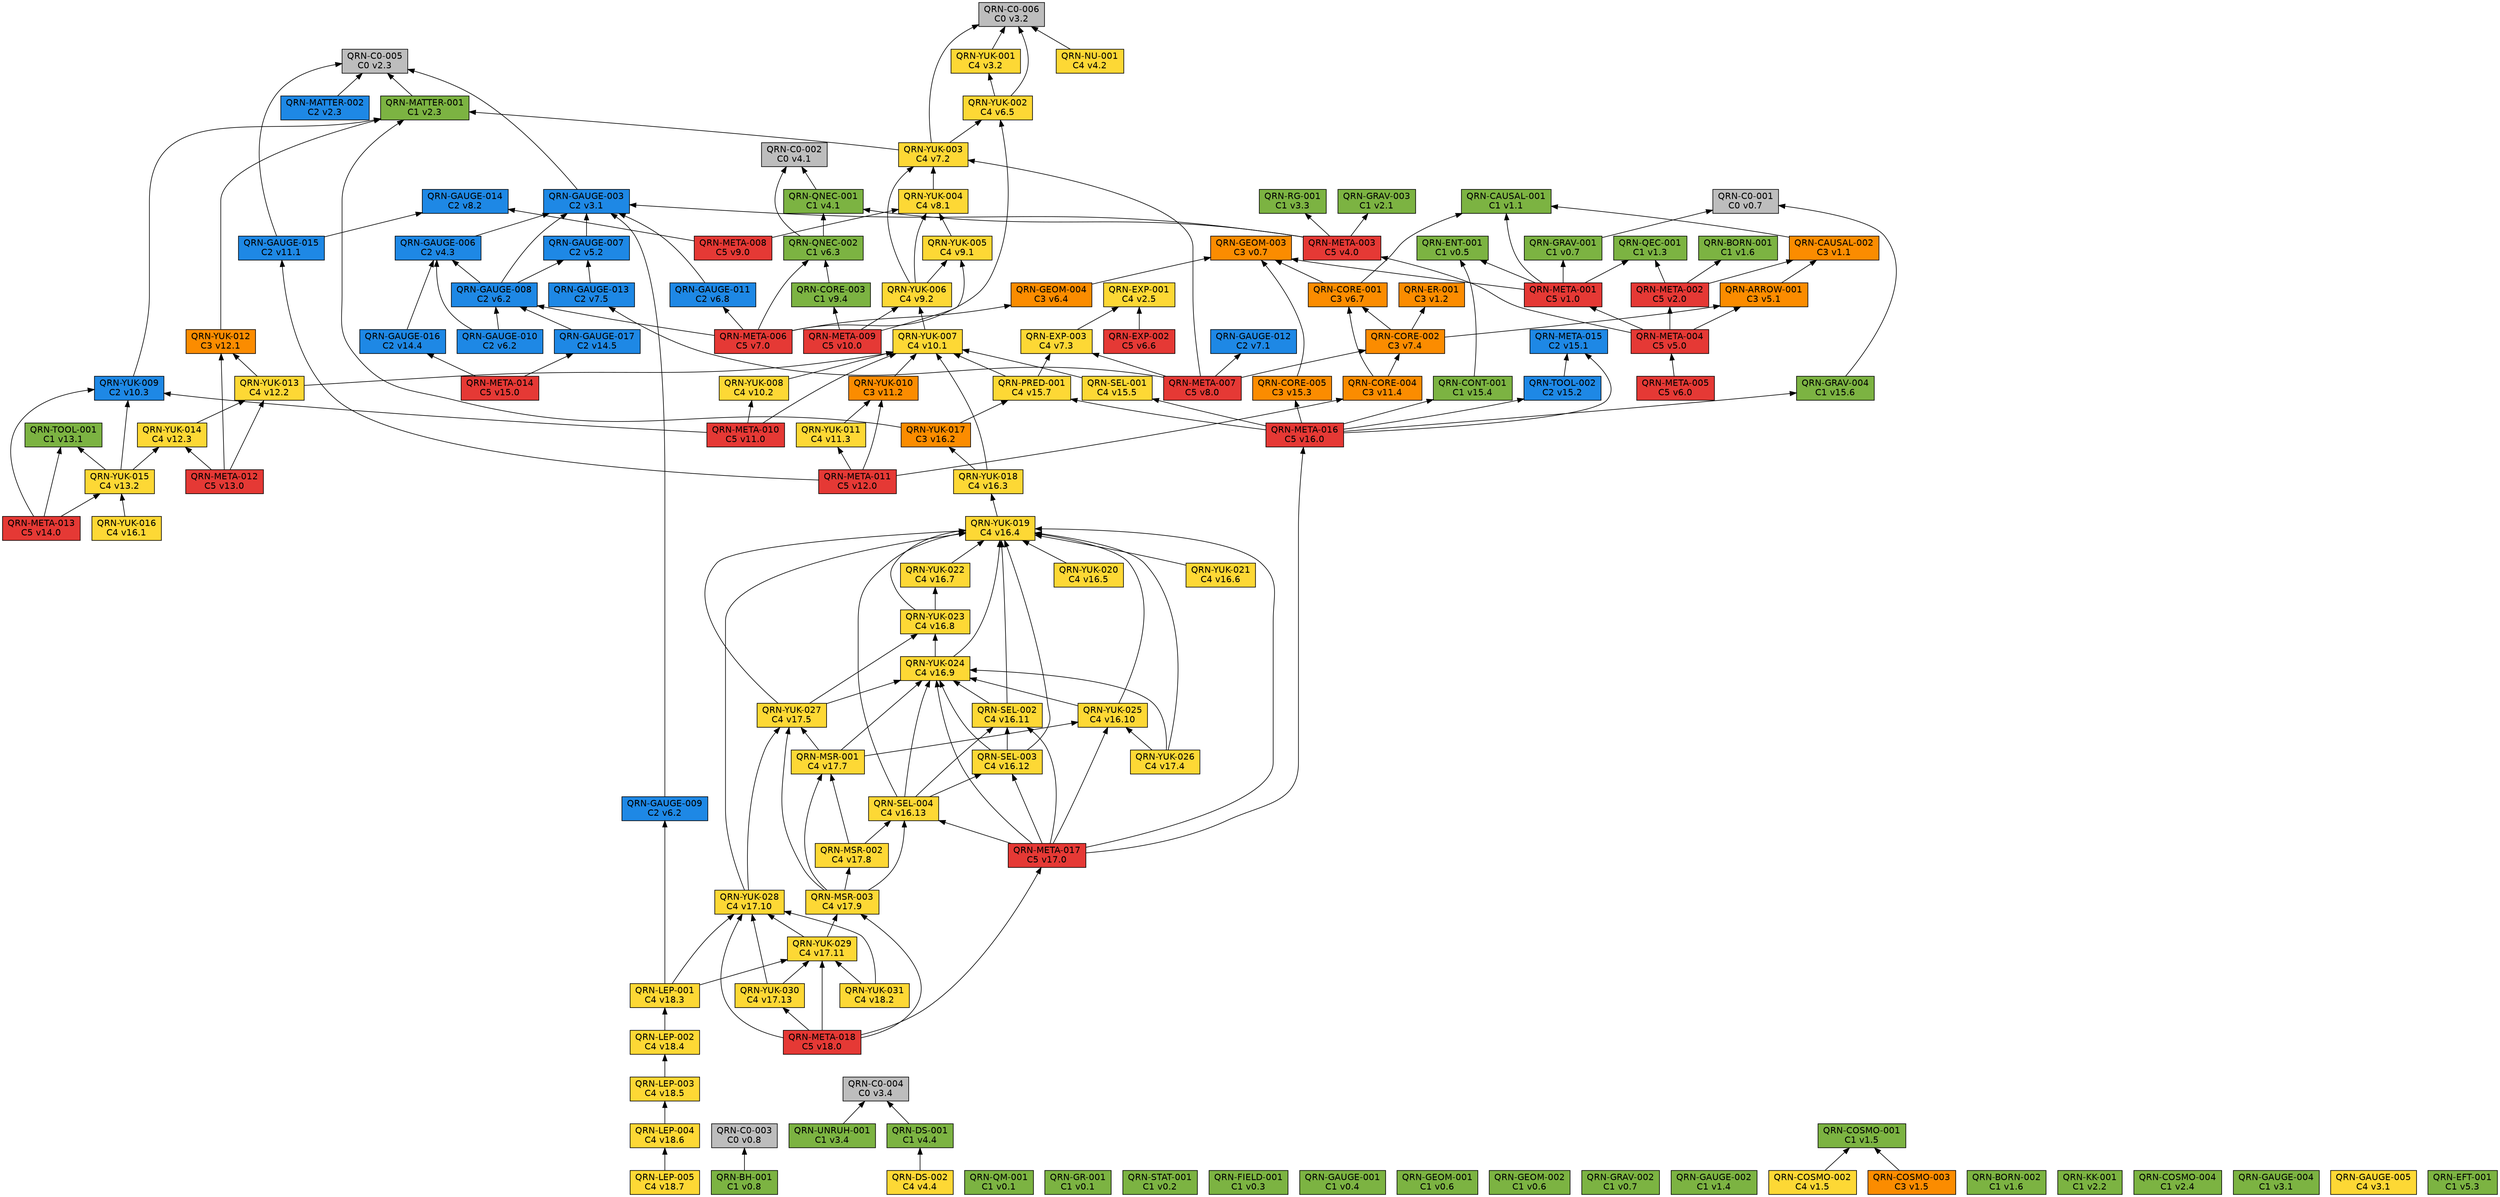
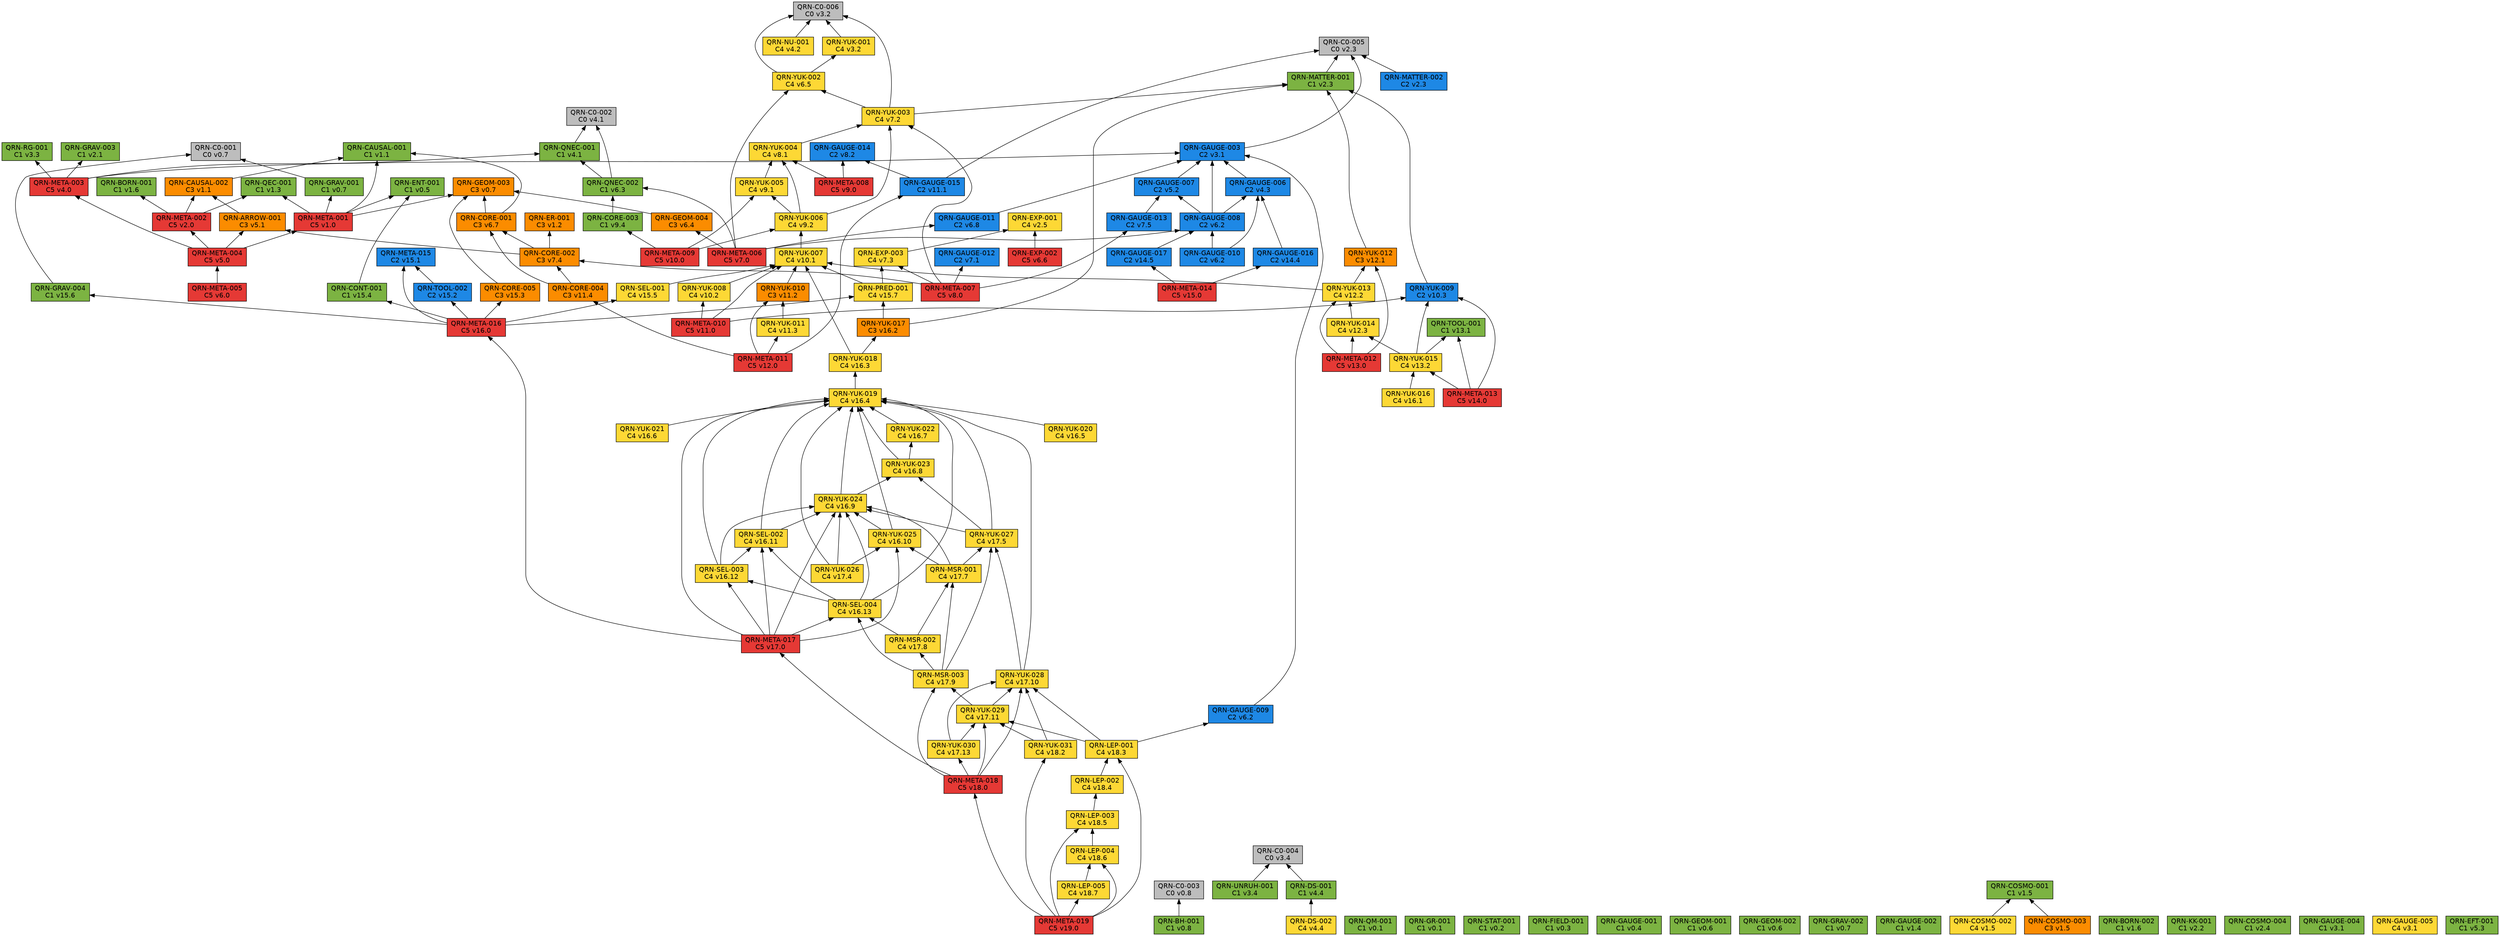
// 自動生成 (dag/report.pl) — QRN 主張依存グラフ
digraph qrn {
  rankdir=BT;
  node [shape=box, style=filled, fontname="Helvetica"];
  "QRN-C0-001" [fillcolor="#bdbdbd", label="QRN-C0-001\nC0 v0.7"];
  "QRN-C0-002" [fillcolor="#bdbdbd", label="QRN-C0-002\nC0 v4.1"];
  "QRN-C0-003" [fillcolor="#bdbdbd", label="QRN-C0-003\nC0 v0.8"];
  "QRN-C0-004" [fillcolor="#bdbdbd", label="QRN-C0-004\nC0 v3.4"];
  "QRN-C0-005" [fillcolor="#bdbdbd", label="QRN-C0-005\nC0 v2.3"];
  "QRN-C0-006" [fillcolor="#bdbdbd", label="QRN-C0-006\nC0 v3.2"];
  "QRN-QM-001" [fillcolor="#7cb342", label="QRN-QM-001\nC1 v0.1"];
  "QRN-GR-001" [fillcolor="#7cb342", label="QRN-GR-001\nC1 v0.1"];
  "QRN-STAT-001" [fillcolor="#7cb342", label="QRN-STAT-001\nC1 v0.2"];
  "QRN-FIELD-001" [fillcolor="#7cb342", label="QRN-FIELD-001\nC1 v0.3"];
  "QRN-GAUGE-001" [fillcolor="#7cb342", label="QRN-GAUGE-001\nC1 v0.4"];
  "QRN-ENT-001" [fillcolor="#7cb342", label="QRN-ENT-001\nC1 v0.5"];
  "QRN-GEOM-001" [fillcolor="#7cb342", label="QRN-GEOM-001\nC1 v0.6"];
  "QRN-GEOM-002" [fillcolor="#7cb342", label="QRN-GEOM-002\nC1 v0.6"];
  "QRN-GEOM-003" [fillcolor="#fb8c00", label="QRN-GEOM-003\nC3 v0.7"];
  "QRN-GRAV-001" [fillcolor="#7cb342", label="QRN-GRAV-001\nC1 v0.7"];
  "QRN-GRAV-002" [fillcolor="#7cb342", label="QRN-GRAV-002\nC1 v0.7"];
  "QRN-BH-001" [fillcolor="#7cb342", label="QRN-BH-001\nC1 v0.8"];
  "QRN-CAUSAL-001" [fillcolor="#7cb342", label="QRN-CAUSAL-001\nC1 v1.1"];
  "QRN-CAUSAL-002" [fillcolor="#fb8c00", label="QRN-CAUSAL-002\nC3 v1.1"];
  "QRN-ER-001" [fillcolor="#fb8c00", label="QRN-ER-001\nC3 v1.2"];
  "QRN-QEC-001" [fillcolor="#7cb342", label="QRN-QEC-001\nC1 v1.3"];
  "QRN-GAUGE-002" [fillcolor="#7cb342", label="QRN-GAUGE-002\nC1 v1.4"];
  "QRN-COSMO-001" [fillcolor="#7cb342", label="QRN-COSMO-001\nC1 v1.5"];
  "QRN-COSMO-002" [fillcolor="#fdd835", label="QRN-COSMO-002\nC4 v1.5"];
  "QRN-COSMO-003" [fillcolor="#fb8c00", label="QRN-COSMO-003\nC3 v1.5"];
  "QRN-BORN-001" [fillcolor="#7cb342", label="QRN-BORN-001\nC1 v1.6"];
  "QRN-BORN-002" [fillcolor="#7cb342", label="QRN-BORN-002\nC1 v1.6"];
  "QRN-GRAV-003" [fillcolor="#7cb342", label="QRN-GRAV-003\nC1 v2.1"];
  "QRN-KK-001" [fillcolor="#7cb342", label="QRN-KK-001\nC1 v2.2"];
  "QRN-MATTER-001" [fillcolor="#7cb342", label="QRN-MATTER-001\nC1 v2.3"];
  "QRN-MATTER-002" [fillcolor="#1e88e5", label="QRN-MATTER-002\nC2 v2.3"];
  "QRN-COSMO-004" [fillcolor="#7cb342", label="QRN-COSMO-004\nC1 v2.4"];
  "QRN-EXP-001" [fillcolor="#fdd835", label="QRN-EXP-001\nC4 v2.5"];
  "QRN-GAUGE-003" [fillcolor="#1e88e5", label="QRN-GAUGE-003\nC2 v3.1"];
  "QRN-GAUGE-004" [fillcolor="#7cb342", label="QRN-GAUGE-004\nC1 v3.1"];
  "QRN-GAUGE-005" [fillcolor="#fdd835", label="QRN-GAUGE-005\nC4 v3.1"];
  "QRN-YUK-001" [fillcolor="#fdd835", label="QRN-YUK-001\nC4 v3.2"];
  "QRN-RG-001" [fillcolor="#7cb342", label="QRN-RG-001\nC1 v3.3"];
  "QRN-UNRUH-001" [fillcolor="#7cb342", label="QRN-UNRUH-001\nC1 v3.4"];
  "QRN-QNEC-001" [fillcolor="#7cb342", label="QRN-QNEC-001\nC1 v4.1"];
  "QRN-NU-001" [fillcolor="#fdd835", label="QRN-NU-001\nC4 v4.2"];
  "QRN-GAUGE-006" [fillcolor="#1e88e5", label="QRN-GAUGE-006\nC2 v4.3"];
  "QRN-DS-001" [fillcolor="#7cb342", label="QRN-DS-001\nC1 v4.4"];
  "QRN-DS-002" [fillcolor="#fdd835", label="QRN-DS-002\nC4 v4.4"];
  "QRN-ARROW-001" [fillcolor="#fb8c00", label="QRN-ARROW-001\nC3 v5.1"];
  "QRN-GAUGE-007" [fillcolor="#1e88e5", label="QRN-GAUGE-007\nC2 v5.2"];
  "QRN-EFT-001" [fillcolor="#7cb342", label="QRN-EFT-001\nC1 v5.3"];
  "QRN-GAUGE-008" [fillcolor="#1e88e5", label="QRN-GAUGE-008\nC2 v6.2"];
  "QRN-GAUGE-009" [fillcolor="#1e88e5", label="QRN-GAUGE-009\nC2 v6.2"];
  "QRN-GAUGE-010" [fillcolor="#1e88e5", label="QRN-GAUGE-010\nC2 v6.2"];
  "QRN-QNEC-002" [fillcolor="#7cb342", label="QRN-QNEC-002\nC1 v6.3"];
  "QRN-GEOM-004" [fillcolor="#fb8c00", label="QRN-GEOM-004\nC3 v6.4"];
  "QRN-YUK-002" [fillcolor="#fdd835", label="QRN-YUK-002\nC4 v6.5"];
  "QRN-EXP-002" [fillcolor="#e53935", label="QRN-EXP-002\nC5 v6.6"];
  "QRN-CORE-001" [fillcolor="#fb8c00", label="QRN-CORE-001\nC3 v6.7"];
  "QRN-GAUGE-011" [fillcolor="#1e88e5", label="QRN-GAUGE-011\nC2 v6.8"];
  "QRN-GAUGE-012" [fillcolor="#1e88e5", label="QRN-GAUGE-012\nC2 v7.1"];
  "QRN-YUK-003" [fillcolor="#fdd835", label="QRN-YUK-003\nC4 v7.2"];
  "QRN-EXP-003" [fillcolor="#fdd835", label="QRN-EXP-003\nC4 v7.3"];
  "QRN-CORE-002" [fillcolor="#fb8c00", label="QRN-CORE-002\nC3 v7.4"];
  "QRN-GAUGE-013" [fillcolor="#1e88e5", label="QRN-GAUGE-013\nC2 v7.5"];
  "QRN-YUK-004" [fillcolor="#fdd835", label="QRN-YUK-004\nC4 v8.1"];
  "QRN-GAUGE-014" [fillcolor="#1e88e5", label="QRN-GAUGE-014\nC2 v8.2"];
  "QRN-META-001" [fillcolor="#e53935", label="QRN-META-001\nC5 v1.0"];
  "QRN-META-002" [fillcolor="#e53935", label="QRN-META-002\nC5 v2.0"];
  "QRN-META-003" [fillcolor="#e53935", label="QRN-META-003\nC5 v4.0"];
  "QRN-META-004" [fillcolor="#e53935", label="QRN-META-004\nC5 v5.0"];
  "QRN-META-005" [fillcolor="#e53935", label="QRN-META-005\nC5 v6.0"];
  "QRN-META-006" [fillcolor="#e53935", label="QRN-META-006\nC5 v7.0"];
  "QRN-META-007" [fillcolor="#e53935", label="QRN-META-007\nC5 v8.0"];
  "QRN-META-008" [fillcolor="#e53935", label="QRN-META-008\nC5 v9.0"];
  "QRN-YUK-005" [fillcolor="#fdd835", label="QRN-YUK-005\nC4 v9.1"];
  "QRN-YUK-006" [fillcolor="#fdd835", label="QRN-YUK-006\nC4 v9.2"];
  "QRN-CORE-003" [fillcolor="#7cb342", label="QRN-CORE-003\nC1 v9.4"];
  "QRN-META-009" [fillcolor="#e53935", label="QRN-META-009\nC5 v10.0"];
  "QRN-YUK-007" [fillcolor="#fdd835", label="QRN-YUK-007\nC4 v10.1"];
  "QRN-YUK-008" [fillcolor="#fdd835", label="QRN-YUK-008\nC4 v10.2"];
  "QRN-YUK-009" [fillcolor="#1e88e5", label="QRN-YUK-009\nC2 v10.3"];
  "QRN-META-010" [fillcolor="#e53935", label="QRN-META-010\nC5 v11.0"];
  "QRN-GAUGE-015" [fillcolor="#1e88e5", label="QRN-GAUGE-015\nC2 v11.1"];
  "QRN-YUK-010" [fillcolor="#fb8c00", label="QRN-YUK-010\nC3 v11.2"];
  "QRN-YUK-011" [fillcolor="#fdd835", label="QRN-YUK-011\nC4 v11.3"];
  "QRN-CORE-004" [fillcolor="#fb8c00", label="QRN-CORE-004\nC3 v11.4"];
  "QRN-META-011" [fillcolor="#e53935", label="QRN-META-011\nC5 v12.0"];
  "QRN-YUK-012" [fillcolor="#fb8c00", label="QRN-YUK-012\nC3 v12.1"];
  "QRN-YUK-013" [fillcolor="#fdd835", label="QRN-YUK-013\nC4 v12.2"];
  "QRN-YUK-014" [fillcolor="#fdd835", label="QRN-YUK-014\nC4 v12.3"];
  "QRN-META-012" [fillcolor="#e53935", label="QRN-META-012\nC5 v13.0"];
  "QRN-TOOL-001" [fillcolor="#7cb342", label="QRN-TOOL-001\nC1 v13.1"];
  "QRN-YUK-015" [fillcolor="#fdd835", label="QRN-YUK-015\nC4 v13.2"];
  "QRN-META-013" [fillcolor="#e53935", label="QRN-META-013\nC5 v14.0"];
  "QRN-GAUGE-016" [fillcolor="#1e88e5", label="QRN-GAUGE-016\nC2 v14.4"];
  "QRN-GAUGE-017" [fillcolor="#1e88e5", label="QRN-GAUGE-017\nC2 v14.5"];
  "QRN-META-014" [fillcolor="#e53935", label="QRN-META-014\nC5 v15.0"];
  "QRN-META-015" [fillcolor="#1e88e5", label="QRN-META-015\nC2 v15.1"];
  "QRN-TOOL-002" [fillcolor="#1e88e5", label="QRN-TOOL-002\nC2 v15.2"];
  "QRN-CORE-005" [fillcolor="#fb8c00", label="QRN-CORE-005\nC3 v15.3"];
  "QRN-CONT-001" [fillcolor="#7cb342", label="QRN-CONT-001\nC1 v15.4"];
  "QRN-SEL-001" [fillcolor="#fdd835", label="QRN-SEL-001\nC4 v15.5"];
  "QRN-GRAV-004" [fillcolor="#7cb342", label="QRN-GRAV-004\nC1 v15.6"];
  "QRN-PRED-001" [fillcolor="#fdd835", label="QRN-PRED-001\nC4 v15.7"];
  "QRN-META-016" [fillcolor="#e53935", label="QRN-META-016\nC5 v16.0"];
  "QRN-YUK-016" [fillcolor="#fdd835", label="QRN-YUK-016\nC4 v16.1"];
  "QRN-YUK-017" [fillcolor="#fb8c00", label="QRN-YUK-017\nC3 v16.2"];
  "QRN-YUK-018" [fillcolor="#fdd835", label="QRN-YUK-018\nC4 v16.3"];
  "QRN-YUK-019" [fillcolor="#fdd835", label="QRN-YUK-019\nC4 v16.4"];
  "QRN-YUK-020" [fillcolor="#fdd835", label="QRN-YUK-020\nC4 v16.5"];
  "QRN-YUK-021" [fillcolor="#fdd835", label="QRN-YUK-021\nC4 v16.6"];
  "QRN-YUK-022" [fillcolor="#fdd835", label="QRN-YUK-022\nC4 v16.7"];
  "QRN-YUK-023" [fillcolor="#fdd835", label="QRN-YUK-023\nC4 v16.8"];
  "QRN-YUK-024" [fillcolor="#fdd835", label="QRN-YUK-024\nC4 v16.9"];
  "QRN-YUK-025" [fillcolor="#fdd835", label="QRN-YUK-025\nC4 v16.10"];
  "QRN-SEL-002" [fillcolor="#fdd835", label="QRN-SEL-002\nC4 v16.11"];
  "QRN-SEL-003" [fillcolor="#fdd835", label="QRN-SEL-003\nC4 v16.12"];
  "QRN-SEL-004" [fillcolor="#fdd835", label="QRN-SEL-004\nC4 v16.13"];
  "QRN-META-017" [fillcolor="#e53935", label="QRN-META-017\nC5 v17.0"];
  "QRN-YUK-026" [fillcolor="#fdd835", label="QRN-YUK-026\nC4 v17.4"];
  "QRN-YUK-027" [fillcolor="#fdd835", label="QRN-YUK-027\nC4 v17.5"];
  "QRN-MSR-001" [fillcolor="#fdd835", label="QRN-MSR-001\nC4 v17.7"];
  "QRN-MSR-002" [fillcolor="#fdd835", label="QRN-MSR-002\nC4 v17.8"];
  "QRN-MSR-003" [fillcolor="#fdd835", label="QRN-MSR-003\nC4 v17.9"];
  "QRN-YUK-028" [fillcolor="#fdd835", label="QRN-YUK-028\nC4 v17.10"];
  "QRN-YUK-029" [fillcolor="#fdd835", label="QRN-YUK-029\nC4 v17.11"];
  "QRN-YUK-030" [fillcolor="#fdd835", label="QRN-YUK-030\nC4 v17.13"];
  "QRN-META-018" [fillcolor="#e53935", label="QRN-META-018\nC5 v18.0"];
  "QRN-YUK-031" [fillcolor="#fdd835", label="QRN-YUK-031\nC4 v18.2"];
  "QRN-LEP-001" [fillcolor="#fdd835", label="QRN-LEP-001\nC4 v18.3"];
  "QRN-LEP-002" [fillcolor="#fdd835", label="QRN-LEP-002\nC4 v18.4"];
  "QRN-LEP-003" [fillcolor="#fdd835", label="QRN-LEP-003\nC4 v18.5"];
  "QRN-LEP-004" [fillcolor="#fdd835", label="QRN-LEP-004\nC4 v18.6"];
  "QRN-LEP-005" [fillcolor="#fdd835", label="QRN-LEP-005\nC4 v18.7"];
+   "QRN-META-019" [fillcolor="#e53935", label="QRN-META-019\nC5 v19.0"];
  "QRN-GRAV-001" -> "QRN-C0-001";
  "QRN-BH-001" -> "QRN-C0-003";
  "QRN-CAUSAL-002" -> "QRN-CAUSAL-001";
  "QRN-COSMO-002" -> "QRN-COSMO-001";
  "QRN-COSMO-003" -> "QRN-COSMO-001";
  "QRN-MATTER-001" -> "QRN-C0-005";
  "QRN-MATTER-002" -> "QRN-C0-005";
  "QRN-GAUGE-003" -> "QRN-C0-005";
  "QRN-YUK-001" -> "QRN-C0-006";
  "QRN-UNRUH-001" -> "QRN-C0-004";
  "QRN-QNEC-001" -> "QRN-C0-002";
  "QRN-NU-001" -> "QRN-C0-006";
  "QRN-GAUGE-006" -> "QRN-GAUGE-003";
  "QRN-DS-001" -> "QRN-C0-004";
  "QRN-DS-002" -> "QRN-DS-001";
  "QRN-ARROW-001" -> "QRN-CAUSAL-002";
  "QRN-GAUGE-007" -> "QRN-GAUGE-003";
  "QRN-GAUGE-008" -> "QRN-GAUGE-003";
  "QRN-GAUGE-008" -> "QRN-GAUGE-006";
  "QRN-GAUGE-008" -> "QRN-GAUGE-007";
  "QRN-GAUGE-009" -> "QRN-GAUGE-003";
  "QRN-GAUGE-010" -> "QRN-GAUGE-006";
  "QRN-GAUGE-010" -> "QRN-GAUGE-008";
  "QRN-QNEC-002" -> "QRN-C0-002";
  "QRN-QNEC-002" -> "QRN-QNEC-001";
  "QRN-GEOM-004" -> "QRN-GEOM-003";
  "QRN-YUK-002" -> "QRN-C0-006";
  "QRN-YUK-002" -> "QRN-YUK-001";
  "QRN-EXP-002" -> "QRN-EXP-001";
  "QRN-CORE-001" -> "QRN-GEOM-003";
  "QRN-CORE-001" -> "QRN-CAUSAL-001";
  "QRN-GAUGE-011" -> "QRN-GAUGE-003";
  "QRN-YUK-003" -> "QRN-C0-006";
  "QRN-YUK-003" -> "QRN-MATTER-001";
  "QRN-YUK-003" -> "QRN-YUK-002";
  "QRN-EXP-003" -> "QRN-EXP-001";
  "QRN-CORE-002" -> "QRN-CORE-001";
  "QRN-CORE-002" -> "QRN-ER-001";
  "QRN-CORE-002" -> "QRN-ARROW-001";
  "QRN-GAUGE-013" -> "QRN-GAUGE-007";
  "QRN-YUK-004" -> "QRN-YUK-003";
  "QRN-META-001" -> "QRN-GEOM-003";
  "QRN-META-001" -> "QRN-GRAV-001";
  "QRN-META-001" -> "QRN-CAUSAL-001";
  "QRN-META-001" -> "QRN-QEC-001";
  "QRN-META-001" -> "QRN-ENT-001";
  "QRN-META-002" -> "QRN-QEC-001";
  "QRN-META-002" -> "QRN-BORN-001";
  "QRN-META-002" -> "QRN-CAUSAL-002";
  "QRN-META-003" -> "QRN-GAUGE-003";
  "QRN-META-003" -> "QRN-RG-001";
  "QRN-META-003" -> "QRN-QNEC-001";
  "QRN-META-003" -> "QRN-GRAV-003";
  "QRN-META-004" -> "QRN-META-001";
  "QRN-META-004" -> "QRN-META-002";
  "QRN-META-004" -> "QRN-META-003";
  "QRN-META-004" -> "QRN-ARROW-001";
  "QRN-META-005" -> "QRN-META-004";
  "QRN-META-006" -> "QRN-GAUGE-008";
  "QRN-META-006" -> "QRN-QNEC-002";
  "QRN-META-006" -> "QRN-GEOM-004";
  "QRN-META-006" -> "QRN-YUK-002";
  "QRN-META-006" -> "QRN-GAUGE-011";
  "QRN-META-007" -> "QRN-GAUGE-012";
  "QRN-META-007" -> "QRN-YUK-003";
  "QRN-META-007" -> "QRN-EXP-003";
  "QRN-META-007" -> "QRN-CORE-002";
  "QRN-META-007" -> "QRN-GAUGE-013";
  "QRN-META-008" -> "QRN-YUK-004";
  "QRN-META-008" -> "QRN-GAUGE-014";
  "QRN-YUK-005" -> "QRN-YUK-004";
  "QRN-YUK-006" -> "QRN-YUK-003";
  "QRN-YUK-006" -> "QRN-YUK-004";
  "QRN-YUK-006" -> "QRN-YUK-005";
  "QRN-CORE-003" -> "QRN-QNEC-002";
  "QRN-META-009" -> "QRN-YUK-005";
  "QRN-META-009" -> "QRN-YUK-006";
  "QRN-META-009" -> "QRN-CORE-003";
  "QRN-YUK-007" -> "QRN-YUK-006";
  "QRN-YUK-008" -> "QRN-YUK-007";
  "QRN-YUK-009" -> "QRN-MATTER-001";
  "QRN-META-010" -> "QRN-YUK-007";
  "QRN-META-010" -> "QRN-YUK-008";
  "QRN-META-010" -> "QRN-YUK-009";
  "QRN-GAUGE-015" -> "QRN-C0-005";
  "QRN-GAUGE-015" -> "QRN-GAUGE-014";
  "QRN-YUK-010" -> "QRN-YUK-007";
  "QRN-YUK-011" -> "QRN-YUK-010";
  "QRN-CORE-004" -> "QRN-CORE-001";
  "QRN-CORE-004" -> "QRN-CORE-002";
  "QRN-META-011" -> "QRN-GAUGE-015";
  "QRN-META-011" -> "QRN-YUK-010";
  "QRN-META-011" -> "QRN-YUK-011";
  "QRN-META-011" -> "QRN-CORE-004";
  "QRN-YUK-012" -> "QRN-MATTER-001";
  "QRN-YUK-013" -> "QRN-YUK-012";
  "QRN-YUK-013" -> "QRN-YUK-007";
  "QRN-YUK-014" -> "QRN-YUK-013";
  "QRN-META-012" -> "QRN-YUK-012";
  "QRN-META-012" -> "QRN-YUK-013";
  "QRN-META-012" -> "QRN-YUK-014";
  "QRN-YUK-015" -> "QRN-YUK-014";
  "QRN-YUK-015" -> "QRN-TOOL-001";
  "QRN-YUK-015" -> "QRN-YUK-009";
  "QRN-META-013" -> "QRN-YUK-015";
  "QRN-META-013" -> "QRN-TOOL-001";
  "QRN-META-013" -> "QRN-YUK-009";
  "QRN-GAUGE-016" -> "QRN-GAUGE-006";
  "QRN-GAUGE-017" -> "QRN-GAUGE-008";
  "QRN-META-014" -> "QRN-GAUGE-016";
  "QRN-META-014" -> "QRN-GAUGE-017";
  "QRN-TOOL-002" -> "QRN-META-015";
  "QRN-CORE-005" -> "QRN-GEOM-003";
  "QRN-CONT-001" -> "QRN-ENT-001";
  "QRN-SEL-001" -> "QRN-YUK-007";
  "QRN-GRAV-004" -> "QRN-C0-001";
  "QRN-PRED-001" -> "QRN-YUK-007";
  "QRN-PRED-001" -> "QRN-EXP-003";
  "QRN-META-016" -> "QRN-META-015";
  "QRN-META-016" -> "QRN-TOOL-002";
  "QRN-META-016" -> "QRN-CORE-005";
  "QRN-META-016" -> "QRN-CONT-001";
  "QRN-META-016" -> "QRN-SEL-001";
  "QRN-META-016" -> "QRN-GRAV-004";
  "QRN-META-016" -> "QRN-PRED-001";
  "QRN-YUK-016" -> "QRN-YUK-015";
  "QRN-YUK-017" -> "QRN-MATTER-001";
  "QRN-YUK-017" -> "QRN-PRED-001";
  "QRN-YUK-018" -> "QRN-YUK-017";
  "QRN-YUK-018" -> "QRN-YUK-007";
  "QRN-YUK-019" -> "QRN-YUK-018";
  "QRN-YUK-020" -> "QRN-YUK-019";
  "QRN-YUK-021" -> "QRN-YUK-019";
  "QRN-YUK-022" -> "QRN-YUK-019";
  "QRN-YUK-023" -> "QRN-YUK-019";
  "QRN-YUK-023" -> "QRN-YUK-022";
  "QRN-YUK-024" -> "QRN-YUK-019";
  "QRN-YUK-024" -> "QRN-YUK-023";
  "QRN-YUK-025" -> "QRN-YUK-019";
  "QRN-YUK-025" -> "QRN-YUK-024";
  "QRN-SEL-002" -> "QRN-YUK-019";
  "QRN-SEL-002" -> "QRN-YUK-024";
  "QRN-SEL-003" -> "QRN-YUK-019";
  "QRN-SEL-003" -> "QRN-YUK-024";
  "QRN-SEL-003" -> "QRN-SEL-002";
  "QRN-SEL-004" -> "QRN-YUK-019";
  "QRN-SEL-004" -> "QRN-YUK-024";
  "QRN-SEL-004" -> "QRN-SEL-002";
  "QRN-SEL-004" -> "QRN-SEL-003";
  "QRN-META-017" -> "QRN-META-016";
  "QRN-META-017" -> "QRN-YUK-019";
  "QRN-META-017" -> "QRN-YUK-024";
  "QRN-META-017" -> "QRN-YUK-025";
  "QRN-META-017" -> "QRN-SEL-002";
  "QRN-META-017" -> "QRN-SEL-003";
  "QRN-META-017" -> "QRN-SEL-004";
  "QRN-YUK-026" -> "QRN-YUK-019";
  "QRN-YUK-026" -> "QRN-YUK-024";
  "QRN-YUK-026" -> "QRN-YUK-025";
  "QRN-YUK-027" -> "QRN-YUK-019";
  "QRN-YUK-027" -> "QRN-YUK-023";
  "QRN-YUK-027" -> "QRN-YUK-024";
  "QRN-MSR-001" -> "QRN-YUK-024";
  "QRN-MSR-001" -> "QRN-YUK-025";
  "QRN-MSR-001" -> "QRN-YUK-027";
  "QRN-MSR-002" -> "QRN-SEL-004";
  "QRN-MSR-002" -> "QRN-MSR-001";
  "QRN-MSR-003" -> "QRN-MSR-001";
  "QRN-MSR-003" -> "QRN-MSR-002";
  "QRN-MSR-003" -> "QRN-SEL-004";
  "QRN-MSR-003" -> "QRN-YUK-027";
  "QRN-YUK-028" -> "QRN-YUK-019";
  "QRN-YUK-028" -> "QRN-YUK-027";
  "QRN-YUK-029" -> "QRN-YUK-028";
  "QRN-YUK-029" -> "QRN-MSR-003";
  "QRN-YUK-030" -> "QRN-YUK-028";
  "QRN-YUK-030" -> "QRN-YUK-029";
  "QRN-META-018" -> "QRN-META-017";
  "QRN-META-018" -> "QRN-MSR-003";
  "QRN-META-018" -> "QRN-YUK-028";
  "QRN-META-018" -> "QRN-YUK-029";
  "QRN-META-018" -> "QRN-YUK-030";
  "QRN-YUK-031" -> "QRN-YUK-028";
  "QRN-YUK-031" -> "QRN-YUK-029";
  "QRN-LEP-001" -> "QRN-YUK-028";
  "QRN-LEP-001" -> "QRN-YUK-029";
  "QRN-LEP-001" -> "QRN-GAUGE-009";
  "QRN-LEP-002" -> "QRN-LEP-001";
  "QRN-LEP-003" -> "QRN-LEP-002";
  "QRN-LEP-004" -> "QRN-LEP-003";
  "QRN-LEP-005" -> "QRN-LEP-004";
+   "QRN-META-019" -> "QRN-META-018";
+   "QRN-META-019" -> "QRN-YUK-031";
+   "QRN-META-019" -> "QRN-LEP-001";
+   "QRN-META-019" -> "QRN-LEP-003";
+   "QRN-META-019" -> "QRN-LEP-004";
+   "QRN-META-019" -> "QRN-LEP-005";
}
